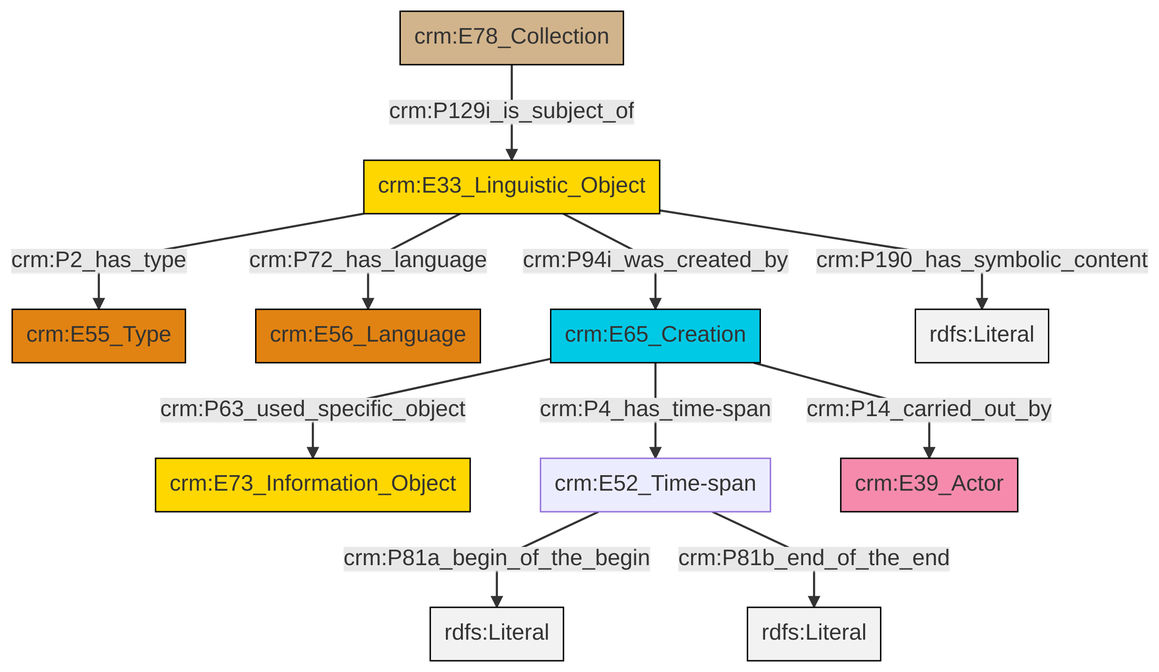
Before: et/archivalCSV/ttl/mmd/png/archival_desc.png, a diagram exported from Mermaid (swiss-art-research-net/docs.swissartresearch). Its source is kept beside it as et/archivalCSV/ttl/mmd/archival_desc.ttl.mmd.
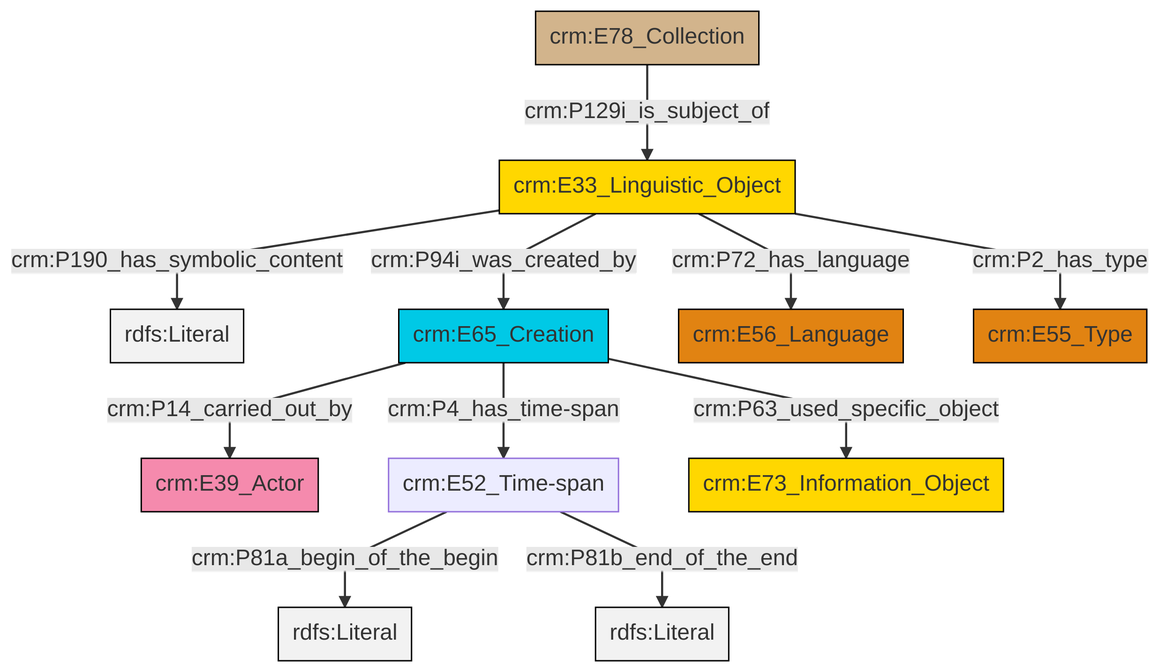
After the change.

Change to the diagram source:
```diff
@@ -13,13 +13,13 @@
 classDef PC_Classes fill:#4ce600, stroke:#000000;
 classDef Multi fill:#cccccc,stroke:#000000;
 
-0["crm:E33_Linguistic_Object"]:::Conceptual_Object -->|crm:P2_has_type| 1["crm:E55_Type"]:::Type
-6["crm:E52_Time-span"]:::Default -->|crm:P81a_begin_of_the_begin| 7[rdfs:Literal]:::Literal
-8["crm:E65_Creation"]:::Temporal_Entity -->|crm:P4_has_time-span| 6["crm:E52_Time-span"]:::Default
-8["crm:E65_Creation"]:::Temporal_Entity -->|crm:P63_used_specific_object| 2["crm:E73_Information_Object"]:::Conceptual_Object
-8["crm:E65_Creation"]:::Temporal_Entity -->|crm:P14_carried_out_by| 10["crm:E39_Actor"]:::Actor
-11["crm:E78_Collection"]:::Physical_Thing -->|crm:P129i_is_subject_of| 0["crm:E33_Linguistic_Object"]:::Conceptual_Object
-0["crm:E33_Linguistic_Object"]:::Conceptual_Object -->|crm:P190_has_symbolic_content| 12[rdfs:Literal]:::Literal
-0["crm:E33_Linguistic_Object"]:::Conceptual_Object -->|crm:P72_has_language| 4["crm:E56_Language"]:::Type
-0["crm:E33_Linguistic_Object"]:::Conceptual_Object -->|crm:P94i_was_created_by| 8["crm:E65_Creation"]:::Temporal_Entity
-6["crm:E52_Time-span"]:::Default -->|crm:P81b_end_of_the_end| 18[rdfs:Literal]:::Literal
+2["crm:E52_Time-span"]:::Default -->|crm:P81a_begin_of_the_begin| 3[rdfs:Literal]:::Literal
+4["crm:E33_Linguistic_Object"]:::Conceptual_Object -->|crm:P190_has_symbolic_content| 5[rdfs:Literal]:::Literal
+8["crm:E65_Creation"]:::Temporal_Entity -->|crm:P63_used_specific_object| 9["crm:E73_Information_Object"]:::Conceptual_Object
+4["crm:E33_Linguistic_Object"]:::Conceptual_Object -->|crm:P94i_was_created_by| 8["crm:E65_Creation"]:::Temporal_Entity
+6["crm:E78_Collection"]:::Physical_Thing -->|crm:P129i_is_subject_of| 4["crm:E33_Linguistic_Object"]:::Conceptual_Object
+8["crm:E65_Creation"]:::Temporal_Entity -->|crm:P14_carried_out_by| 0["crm:E39_Actor"]:::Actor
+4["crm:E33_Linguistic_Object"]:::Conceptual_Object -->|crm:P72_has_language| 10["crm:E56_Language"]:::Type
+4["crm:E33_Linguistic_Object"]:::Conceptual_Object -->|crm:P2_has_type| 16["crm:E55_Type"]:::Type
+8["crm:E65_Creation"]:::Temporal_Entity -->|crm:P4_has_time-span| 2["crm:E52_Time-span"]:::Default
+2["crm:E52_Time-span"]:::Default -->|crm:P81b_end_of_the_end| 18[rdfs:Literal]:::Literal
```
